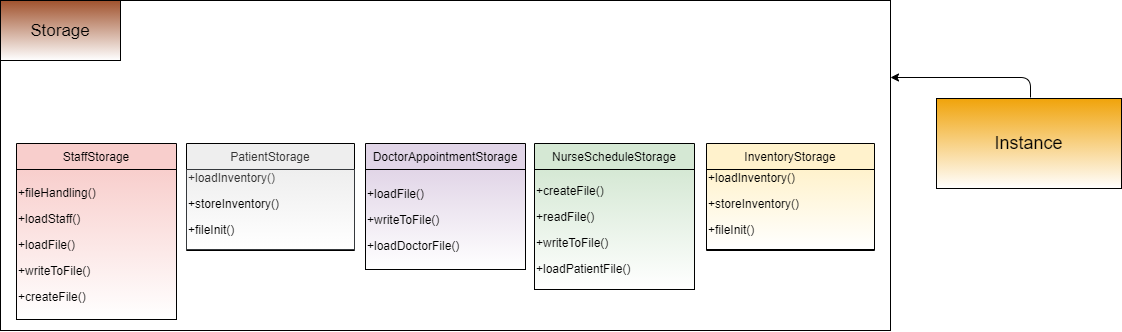
The draw.io diagram docs/images/UpdatedStorageUML.png in nus-cs2113-AY2021S2/tp, before a commit. Source tidied: cells renumbered, new cells last; positions are measured from the earlier drawing's top-left corner, leaving out a move shared by most shapes. Source of this version:
```xml
<mxGraphModel>
  <root>
    <mxCell id="0" />
    <mxCell id="1" parent="0" />
    <mxCell id="2" style="shape=table;html=1;whiteSpace=wrap;startSize=0;" parent="1" vertex="1">
      <mxGeometry width="890" height="330" as="geometry" />
    </mxCell>
    <mxCell id="3" style="shape=partialRectangle;html=1;whiteSpace=wrap;fillColor=none;top=0;left=0;bottom=0;right=0;" parent="2" vertex="1">
      <mxGeometry width="890" height="330" as="geometry" />
    </mxCell>
    <mxCell id="4" style="shape=partialRectangle;html=1;whiteSpace=wrap;overflow=hidden;fillColor=none;top=0;left=0;bottom=0;right=0;shadow=0;" parent="3" vertex="1">
      <mxGeometry width="890" height="330" as="geometry" />
    </mxCell>
    <mxCell id="5" value="DoctorAppointmentStorage" style="swimlane;fontStyle=0;align=center;verticalAlign=middle;horizontal=1;startSize=26;rounded=0;shadow=0;strokeWidth=1;fillColor=#E1D5E7;" parent="1" vertex="1">
      <mxGeometry x="365" y="143" width="160" height="126" as="geometry" />
    </mxCell>
    <mxCell id="6" value="&lt;p&gt;&lt;font style=&quot;font-size: 12px&quot;&gt;+loadFile()&lt;/font&gt;&lt;/p&gt;&lt;p&gt;&lt;font style=&quot;font-size: 12px&quot;&gt;+writeToFile()&lt;/font&gt;&lt;/p&gt;&lt;p&gt;&lt;font style=&quot;font-size: 12px&quot;&gt;+loadDoctorFile()&lt;/font&gt;&lt;/p&gt;" style="text;html=1;align=left;verticalAlign=middle;fillColor=#E1D5E7;gradientColor=#ffffff;strokeColor=#000000;" parent="5" vertex="1">
      <mxGeometry y="26" width="160" height="100" as="geometry" />
    </mxCell>
    <mxCell id="7" value="NurseScheduleStorage" style="swimlane;fontStyle=0;align=center;verticalAlign=middle;horizontal=1;startSize=26;rounded=0;shadow=0;strokeWidth=1;fillColor=#D5E8D4;" parent="1" vertex="1">
      <mxGeometry x="534" y="143" width="160" height="146" as="geometry" />
    </mxCell>
    <mxCell id="8" value="&lt;p&gt;&lt;font style=&quot;font-size: 12px&quot;&gt;+createFile()&lt;/font&gt;&lt;/p&gt;&lt;p&gt;&lt;font style=&quot;font-size: 12px&quot;&gt;+readFile()&lt;/font&gt;&lt;/p&gt;&lt;p&gt;&lt;font style=&quot;font-size: 12px&quot;&gt;+writeToFile()&lt;/font&gt;&lt;/p&gt;&lt;p&gt;&lt;font style=&quot;font-size: 12px&quot;&gt;+loadPatientFile()&lt;/font&gt;&lt;/p&gt;" style="text;html=1;align=left;verticalAlign=middle;fillColor=#D5E8D4;gradientColor=#FFFFFF;strokeColor=#000000;" parent="7" vertex="1">
      <mxGeometry y="26" width="160" height="120" as="geometry" />
    </mxCell>
    <mxCell id="9" value="PatientStorage" style="swimlane;fontStyle=0;align=center;verticalAlign=middle;horizontal=1;startSize=26;rounded=0;shadow=0;strokeWidth=1;fontColor=#333333;fillColor=#EEEEEE;" parent="1" vertex="1">
      <mxGeometry x="186" y="143" width="168" height="107" as="geometry" />
    </mxCell>
    <mxCell id="10" value="&lt;font style=&quot;font-size: 12px&quot;&gt;+loadInventory()&lt;br&gt;&lt;/font&gt;&lt;p&gt;&lt;span style=&quot;color: rgb(0 , 0 , 0)&quot;&gt;&lt;font style=&quot;font-size: 12px&quot;&gt;+storeInventory()&lt;/font&gt;&lt;/span&gt;&lt;/p&gt;&lt;p&gt;&lt;span style=&quot;color: rgb(0 , 0 , 0)&quot;&gt;&lt;font style=&quot;font-size: 12px&quot;&gt;+fileInit()&lt;/font&gt;&lt;/span&gt;&lt;/p&gt;" style="text;html=1;align=left;verticalAlign=middle;fontColor=#333333;fillColor=#EEEEEE;strokeColor=#36393D;gradientColor=#ffffff;" parent="9" vertex="1">
      <mxGeometry y="26" width="168" height="80" as="geometry" />
    </mxCell>
    <mxCell id="11" value="InventoryStorage" style="swimlane;fontStyle=0;align=center;verticalAlign=middle;horizontal=1;startSize=26;rounded=0;shadow=0;strokeWidth=1;fillColor=#FFF2CC;" parent="1" vertex="1">
      <mxGeometry x="706" y="143" width="168" height="107" as="geometry" />
    </mxCell>
    <mxCell id="12" value="&lt;font style=&quot;font-size: 12px&quot;&gt;+loadInventory()&lt;br&gt;&lt;/font&gt;&lt;p&gt;&lt;span style=&quot;color: rgb(0 , 0 , 0)&quot;&gt;&lt;font style=&quot;font-size: 12px&quot;&gt;+storeInventory()&lt;/font&gt;&lt;/span&gt;&lt;/p&gt;&lt;p&gt;&lt;span style=&quot;color: rgb(0 , 0 , 0)&quot;&gt;&lt;font style=&quot;font-size: 12px&quot;&gt;+fileInit()&lt;/font&gt;&lt;/span&gt;&lt;/p&gt;" style="text;html=1;align=left;verticalAlign=middle;fillColor=#FFF2CC;gradientColor=#FFFFFF;strokeColor=#000000;" parent="11" vertex="1">
      <mxGeometry y="26" width="168" height="80" as="geometry" />
    </mxCell>
    <mxCell id="13" value="StaffStorage" style="swimlane;fontStyle=0;align=center;verticalAlign=middle;horizontal=1;startSize=26;rounded=0;shadow=0;strokeWidth=1;labelBackgroundColor=none;fillColor=#F8CECC;" parent="1" vertex="1">
      <mxGeometry x="16" y="143" width="160" height="176" as="geometry" />
    </mxCell>
    <mxCell id="14" value="&lt;p&gt;&lt;span style=&quot;text-align: right&quot;&gt;+fileHandling()&lt;/span&gt;&lt;/p&gt;&lt;p&gt;&lt;span style=&quot;text-align: right&quot;&gt;+loadStaff()&lt;/span&gt;&lt;/p&gt;&lt;p&gt;&lt;span style=&quot;text-align: right&quot;&gt;+loadFile()&lt;/span&gt;&lt;/p&gt;&lt;p&gt;&lt;span style=&quot;text-align: right&quot;&gt;+writeToFile()&lt;/span&gt;&lt;/p&gt;&lt;p&gt;&lt;span style=&quot;text-align: right&quot;&gt;+createFile()&lt;/span&gt;&lt;/p&gt;" style="text;html=1;align=left;verticalAlign=middle;points=[];labelBackgroundColor=none;labelBorderColor=none;strokeWidth=1;fillColor=#F8CECC;gradientColor=#ffffff;strokeColor=#000000;" parent="13" vertex="1">
      <mxGeometry y="26" width="160" height="150" as="geometry" />
    </mxCell>
    <mxCell id="15" style="edgeStyle=none;rounded=0;orthogonalLoop=1;jettySize=auto;html=1;entryX=0.5;entryY=1;entryDx=0;entryDy=0;entryPerimeter=0;" parent="13" edge="1" source="14" target="14">
      <mxGeometry relative="1" as="geometry" />
    </mxCell>
    <mxCell id="16" value="&lt;p style=&quot;font-size: 17px;&quot;&gt;&lt;font color=&quot;#000000&quot; style=&quot;font-size: 17px;&quot;&gt;&lt;span style=&quot;font-size: 17px;&quot;&gt;Storage&lt;/span&gt;&lt;/font&gt;&lt;/p&gt;" style="rounded=0;whiteSpace=wrap;html=1;shadow=0;labelBackgroundColor=none;strokeWidth=1;fillColor=#a0522d;align=center;fontColor=#ffffff;gradientColor=#ffffff;fontFamily=Helvetica;fontSize=17;fontStyle=0;" parent="1" vertex="1">
      <mxGeometry width="120" height="60" as="geometry" />
    </mxCell>
    <mxCell id="17" value="&lt;font style=&quot;font-size: 18px&quot; color=&quot;#000000&quot;&gt;Instance&lt;/font&gt;" style="rounded=0;whiteSpace=wrap;html=1;fontFamily=Helvetica;fontSize=13;fillColor=#f0a30a;fontColor=#ffffff;gradientColor=#ffffff;" parent="1" vertex="1">
      <mxGeometry x="936" y="98" width="185" height="90" as="geometry" />
    </mxCell>
    <mxCell id="18" style="endArrow=classic;html=1;edgeStyle=orthogonalEdgeStyle;rounded=1;" parent="1" edge="1">
      <mxGeometry relative="1" as="geometry">
        <mxPoint x="1030" y="97" as="sourcePoint" />
        <mxPoint x="890" y="77" as="targetPoint" />
        <Array as="points">
          <mxPoint x="1030" y="77" />
          <mxPoint x="890" y="77" />
        </Array>
      </mxGeometry>
    </mxCell>
  </root>
</mxGraphModel>
```
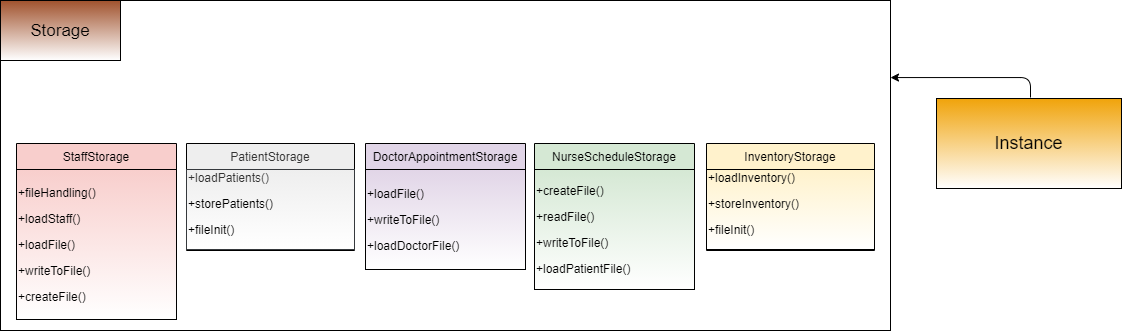
Above is the later version.

Commit message:
Update storage uml

Diff of the diagram source:
```diff
@@ -26,7 +26,7 @@
     <mxCell id="9" value="PatientStorage" style="swimlane;fontStyle=0;align=center;verticalAlign=middle;horizontal=1;startSize=26;rounded=0;shadow=0;strokeWidth=1;fontColor=#333333;fillColor=#EEEEEE;" parent="1" vertex="1">
       <mxGeometry x="186" y="143" width="168" height="107" as="geometry" />
     </mxCell>
-    <mxCell id="10" value="&lt;font style=&quot;font-size: 12px&quot;&gt;+loadInventory()&lt;br&gt;&lt;/font&gt;&lt;p&gt;&lt;span style=&quot;color: rgb(0 , 0 , 0)&quot;&gt;&lt;font style=&quot;font-size: 12px&quot;&gt;+storeInventory()&lt;/font&gt;&lt;/span&gt;&lt;/p&gt;&lt;p&gt;&lt;span style=&quot;color: rgb(0 , 0 , 0)&quot;&gt;&lt;font style=&quot;font-size: 12px&quot;&gt;+fileInit()&lt;/font&gt;&lt;/span&gt;&lt;/p&gt;" style="text;html=1;align=left;verticalAlign=middle;fontColor=#333333;fillColor=#EEEEEE;strokeColor=#36393D;gradientColor=#ffffff;" parent="9" vertex="1">
+    <mxCell id="10" value="&lt;font style=&quot;font-size: 12px&quot;&gt;+loadPatients()&lt;br&gt;&lt;/font&gt;&lt;p&gt;&lt;span style=&quot;color: rgb(0 , 0 , 0)&quot;&gt;&lt;font style=&quot;font-size: 12px&quot;&gt;+storePatients()&lt;/font&gt;&lt;/span&gt;&lt;/p&gt;&lt;p&gt;&lt;span style=&quot;color: rgb(0 , 0 , 0)&quot;&gt;&lt;font style=&quot;font-size: 12px&quot;&gt;+fileInit()&lt;/font&gt;&lt;/span&gt;&lt;/p&gt;" style="text;html=1;align=left;verticalAlign=middle;fontColor=#333333;fillColor=#EEEEEE;strokeColor=#36393D;gradientColor=#ffffff;" parent="9" vertex="1">
       <mxGeometry y="26" width="168" height="80" as="geometry" />
     </mxCell>
     <mxCell id="11" value="InventoryStorage" style="swimlane;fontStyle=0;align=center;verticalAlign=middle;horizontal=1;startSize=26;rounded=0;shadow=0;strokeWidth=1;fillColor=#FFF2CC;" parent="1" vertex="1">
```
